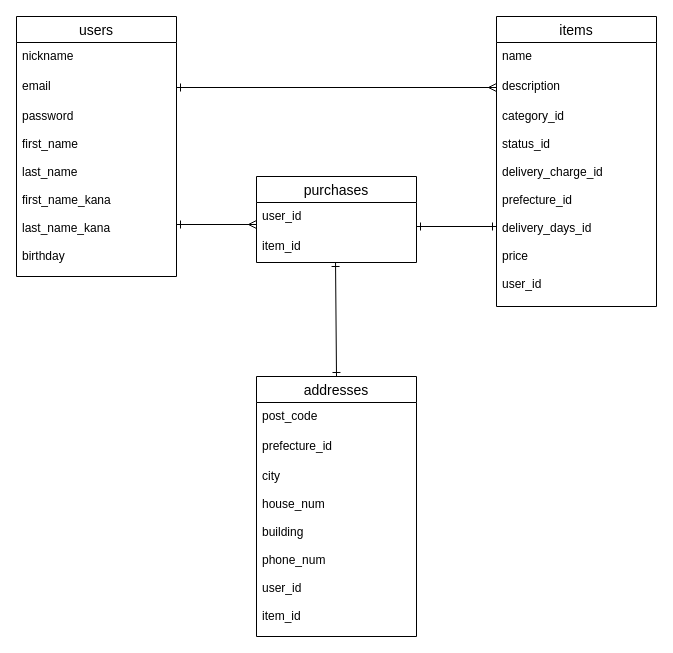
Above: er.dio in Miyuki-Hara/furima-37726 (draw.io), before the change. Source tidied: cells renumbered, new cells numbered last; positions are measured from the earlier drawing's top-left corner, leaving out a move shared by most shapes. Both pictures are drawn from the tidied source at 100%, with x=0, y=0 at pixel (16, 16).
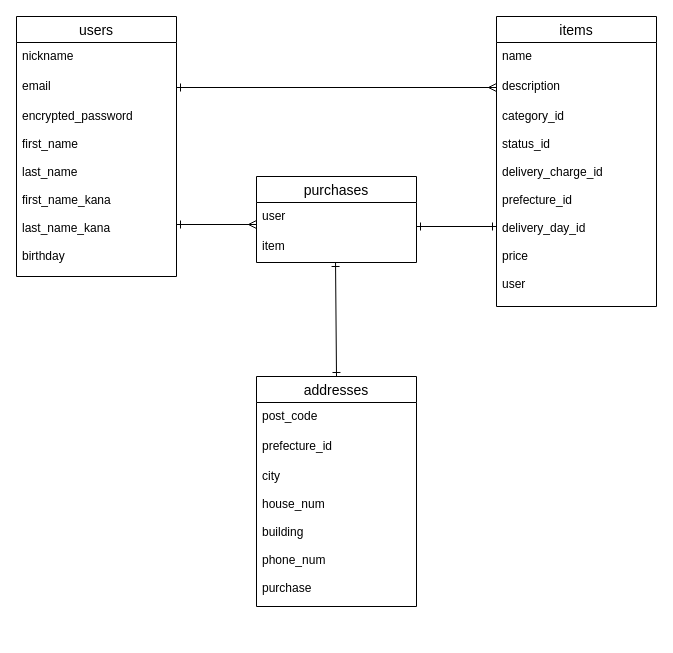
After the change.

Commit message (it also covers changes not shown here):
データベース修正

The change refers to these unchanged cells:
```xml
<mxCell id="2" value="users" style="swimlane;fontStyle=0;horizontal=1;startSize=26;align=center;fontSize=14;direction=east;" parent="1" vertex="1">
  <mxGeometry width="160" height="260" as="geometry" />
</mxCell>
<mxCell id="6" value="items" style="swimlane;fontStyle=0;horizontal=1;startSize=26;align=center;fontSize=14;" parent="1" vertex="1">
  <mxGeometry x="480" width="160" height="290" as="geometry" />
</mxCell>
<mxCell id="10" value="purchases" style="swimlane;fontStyle=0;horizontal=1;startSize=26;align=center;fontSize=14;" parent="1" vertex="1">
  <mxGeometry x="240" y="160" width="160" height="86" as="geometry" />
</mxCell>
```

The edit, as a diff of the source:
```diff
@@
-    <mxCell id="5" value="password&#10;&#10;first_name&#10;&#10;last_name&#10;&#10;first_name_kana&#10;&#10;last_name_kana&#10;&#10;birthday" style="text;strokeColor=none;fillColor=none;spacingLeft=4;spacingRight=4;overflow=hidden;fontSize=12;" parent="2" vertex="1">
+    <mxCell id="5" value="encrypted_password&#10;&#10;first_name&#10;&#10;last_name&#10;&#10;first_name_kana&#10;&#10;last_name_kana&#10;&#10;birthday" style="text;strokeColor=none;fillColor=none;spacingLeft=4;spacingRight=4;overflow=hidden;fontSize=12;" parent="2" vertex="1">
       <mxGeometry y="86" width="160" height="174" as="geometry" />
     </mxCell>
@@
-    <mxCell id="9" value="category_id&#10;&#10;status_id&#10;&#10;delivery_charge_id&#10;&#10;prefecture_id&#10;&#10;delivery_days_id&#10;&#10;price&#10;&#10;user_id" style="text;strokeColor=none;fillColor=none;spacingLeft=4;spacingRight=4;overflow=hidden;fontSize=12;" parent="6" vertex="1">
+    <mxCell id="9" value="category_id&#10;&#10;status_id&#10;&#10;delivery_charge_id&#10;&#10;prefecture_id&#10;&#10;delivery_day_id&#10;&#10;price&#10;&#10;user" style="text;strokeColor=none;fillColor=none;spacingLeft=4;spacingRight=4;overflow=hidden;fontSize=12;" parent="6" vertex="1">
       <mxGeometry y="86" width="160" height="204" as="geometry" />
     </mxCell>
@@
-    <mxCell id="11" value="user_id" style="text;strokeColor=none;fillColor=none;spacingLeft=4;spacingRight=4;overflow=hidden;fontSize=12;" parent="10" vertex="1">
+    <mxCell id="11" value="user" style="text;strokeColor=none;fillColor=none;spacingLeft=4;spacingRight=4;overflow=hidden;fontSize=12;" parent="10" vertex="1">
       <mxGeometry y="26" width="160" height="30" as="geometry" />
     </mxCell>
-    <mxCell id="12" value="item_id" style="text;strokeColor=none;fillColor=none;spacingLeft=4;spacingRight=4;overflow=hidden;points=[[0,0.5],[1,0.5]];portConstraint=eastwest;fontSize=12;" parent="10" vertex="1">
+    <mxCell id="12" value="item" style="text;strokeColor=none;fillColor=none;spacingLeft=4;spacingRight=4;overflow=hidden;points=[[0,0.5],[1,0.5]];portConstraint=eastwest;fontSize=12;" parent="10" vertex="1">
       <mxGeometry y="56" width="160" height="30" as="geometry" />
     </mxCell>
     <mxCell id="13" value="addresses" style="swimlane;fontStyle=0;horizontal=1;startSize=26;align=center;fontSize=14;" parent="1" vertex="1">
-      <mxGeometry x="240" y="360" width="160" height="260" as="geometry" />
+      <mxGeometry x="240" y="360" width="160" height="230" as="geometry" />
     </mxCell>
@@
-    <mxCell id="16" value="city&#10;&#10;house_num&#10;&#10;building&#10;&#10;phone_num&#10;&#10;user_id&#10;&#10;item_id" style="text;strokeColor=none;fillColor=none;spacingLeft=4;spacingRight=4;overflow=hidden;fontSize=12;" parent="13" vertex="1">
-      <mxGeometry y="86" width="160" height="174" as="geometry" />
+    <mxCell id="16" value="city&#10;&#10;house_num&#10;&#10;building&#10;&#10;phone_num&#10;&#10;purchase" style="text;strokeColor=none;fillColor=none;spacingLeft=4;spacingRight=4;overflow=hidden;fontSize=12;" parent="13" vertex="1">
+      <mxGeometry y="86" width="160" height="144" as="geometry" />
     </mxCell>
```
